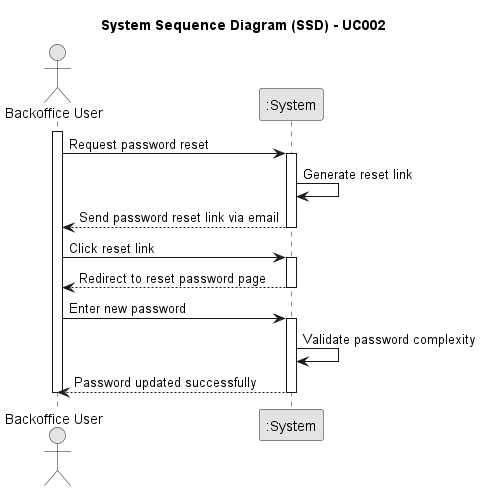
This is docs/SprintA/UseCases/UC002/01.requirements-engineering/png/uc002-system-sequence-diagram.png from 1221124/sem5pi-24-25-g031, a PlantUML export, as it was before one commit.
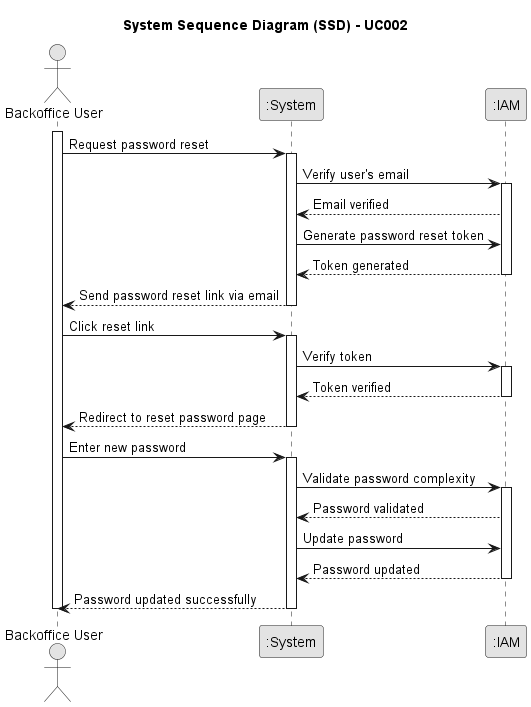
After the change.

Diff of the diagram source:
```diff
@@ -6,27 +6,42 @@
 title System Sequence Diagram (SSD) - UC002
 actor "Backoffice User" as BU
 participant ":System" as System
+participant ":IAM" as IAM
 
 activate BU
 
     BU -> System: Request password reset
 
     activate System
-        System -> System: Generate reset link
-        System --> BU: Send password reset link via email
+        System -> IAM: Verify user's email
+        activate IAM
+            IAM --> System: Email verified
+            System -> IAM: Generate password reset token
+            IAM --> System: Token generated
+        deactivate IAM
+            System --> BU: Send password reset link via email
     deactivate System
 
     BU -> System: Click reset link
 
     activate System
-        System --> BU: Redirect to reset password page
+        System -> IAM: Verify token
+        activate IAM
+            IAM --> System: Token verified
+        deactivate IAM
+            System --> BU: Redirect to reset password page
     deactivate System
 
     BU -> System: Enter new password
 
     activate System
-        System -> System: Validate password complexity
-        System --> BU: Password updated successfully
+        System -> IAM: Validate password complexity
+        activate IAM
+            IAM --> System: Password validated
+            System -> IAM: Update password
+            IAM --> System: Password updated
+        deactivate IAM
+            System --> BU: Password updated successfully
     deactivate System
 
 deactivate BU
```
